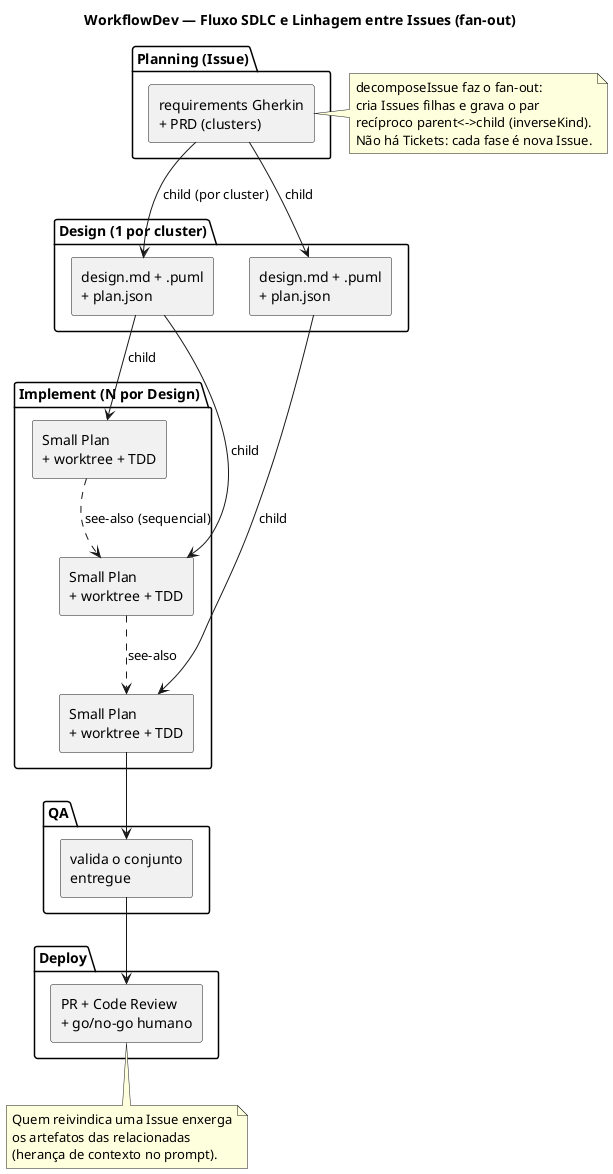
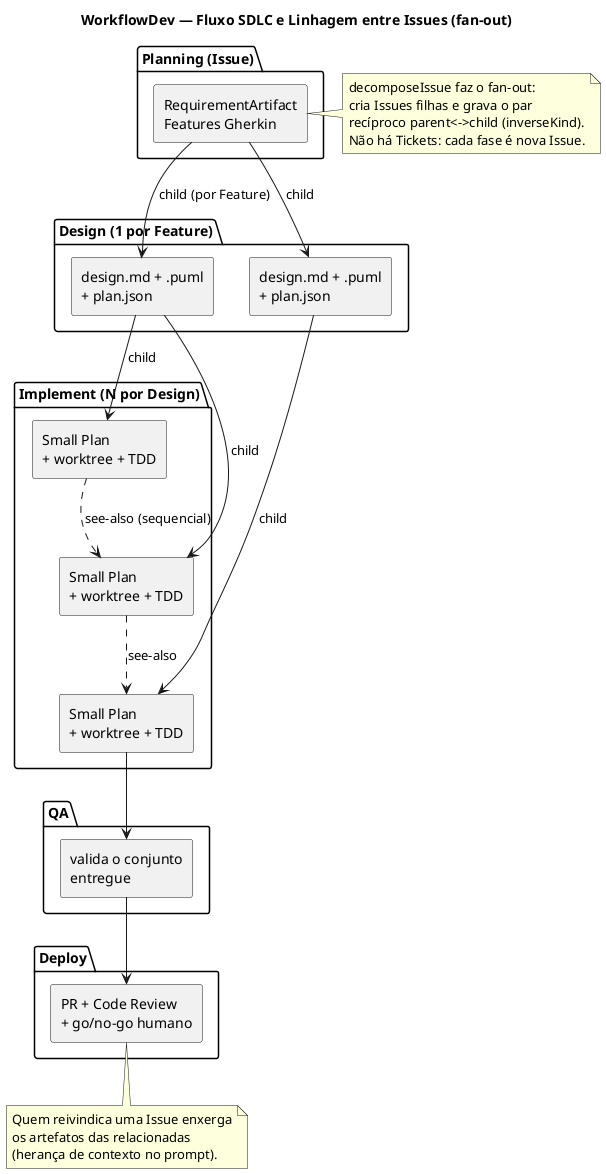
@startuml sdlc-lineage
title WorkflowDev — Fluxo SDLC e Linhagem entre Issues (fan-out)

skinparam componentStyle rectangle
top to bottom direction

package "Planning (Issue)" {
-   [requirements Gherkin\n+ PRD (clusters)] as P
+   [RequirementArtifact\nFeatures Gherkin] as P
}

- package "Design (1 por cluster)" {
+ package "Design (1 por Feature)" {
  [design.md + .puml\n+ plan.json] as D1
  [design.md + .puml\n+ plan.json] as D2
}

package "Implement (N por Design)" {
  [Small Plan\n+ worktree + TDD] as I1
  [Small Plan\n+ worktree + TDD] as I2
  [Small Plan\n+ worktree + TDD] as I3
}

package "QA" {
  [valida o conjunto\nentregue] as QAc
}

package "Deploy" {
  [PR + Code Review\n+ go/no-go humano] as DEP
}

- P --> D1 : child (por cluster)
+ P --> D1 : child (por Feature)
P --> D2 : child
D1 --> I1 : child
D1 --> I2 : child
D2 --> I3 : child
I1 ..> I2 : see-also (sequencial)
I2 ..> I3 : see-also
I3 --> QAc
QAc --> DEP

note right of P
  decomposeIssue faz o fan-out:
  cria Issues filhas e grava o par
  recíproco parent<->child (inverseKind).
  Não há Tickets: cada fase é nova Issue.
end note

note bottom of DEP
  Quem reivindica uma Issue enxerga
  os artefatos das relacionadas
  (herança de contexto no prompt).
end note
@enduml
